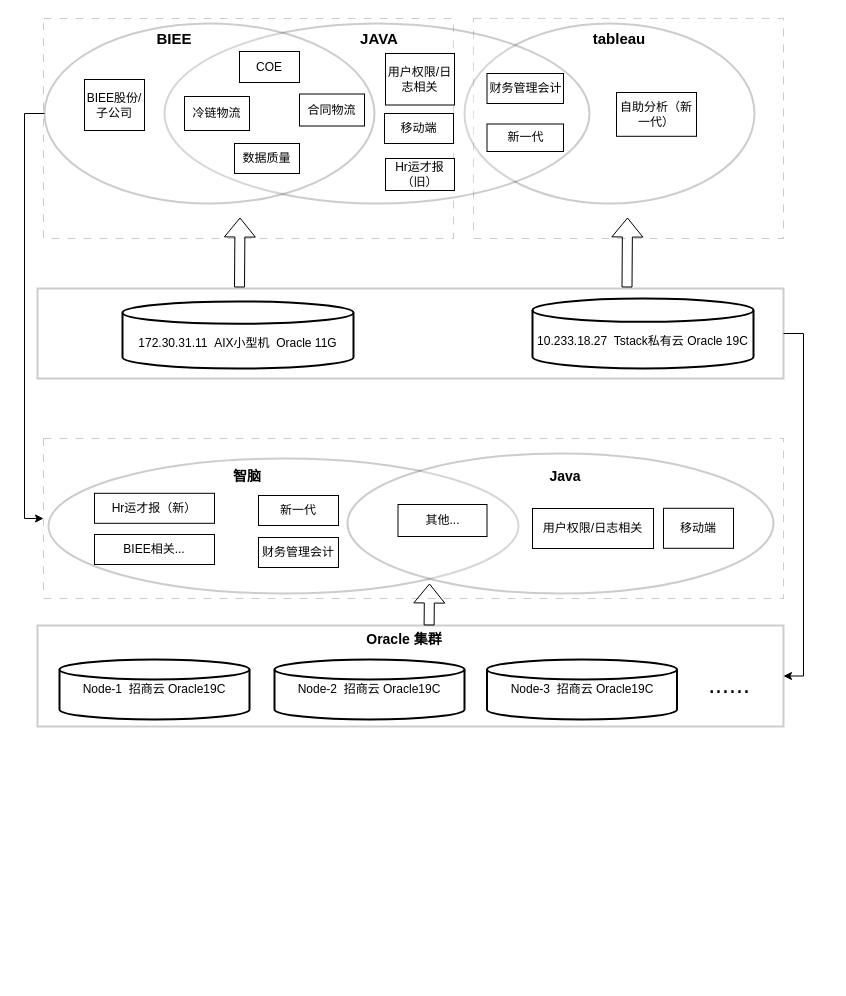
Before: Untitled Diagram.drawio in xupu1007/xupu1007, a draw.io diagram. Source tidied: cells renumbered, new cells numbered last; positions are measured from the earlier drawing's top-left corner, leaving out a move shared by most shapes. Both pictures are drawn from the tidied source at 100%, with x=0, y=0 at pixel (37, 18).
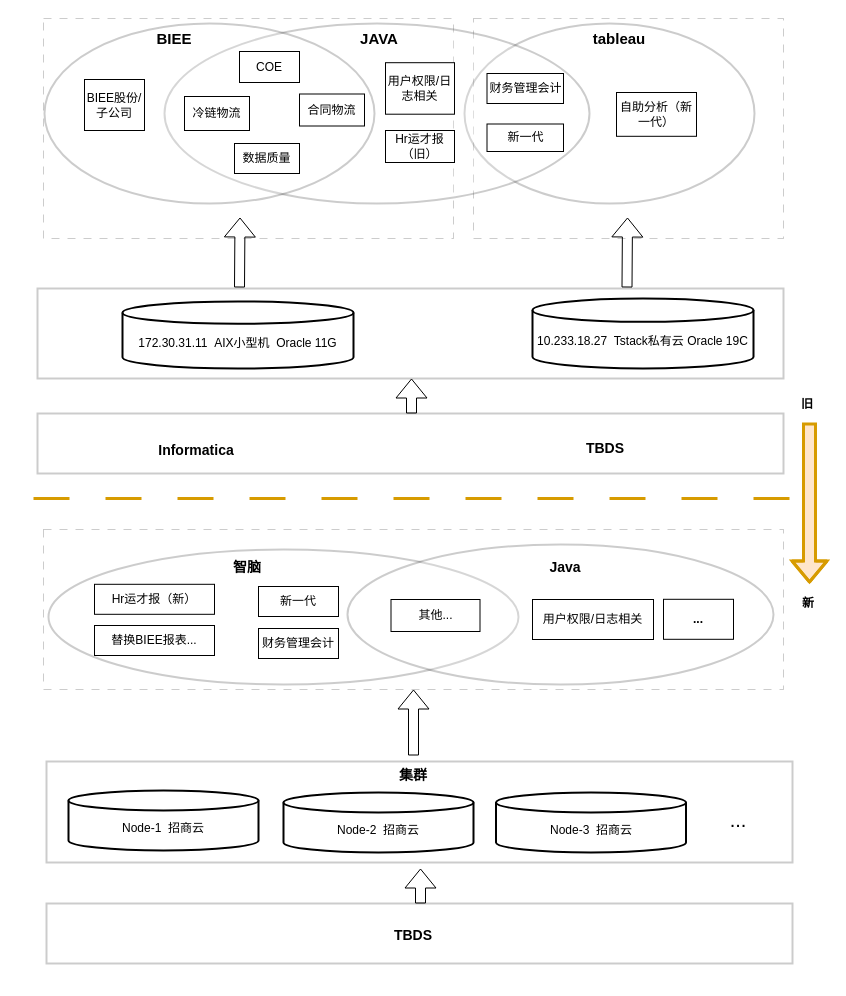
After the change.

The change refers to these unchanged cells:
```xml
<mxCell id="10" style="rounded=0;whiteSpace=wrap;html=1;shadow=0;glass=0;sketch=0;strokeColor=#000000;strokeWidth=2;fontFamily=Helvetica;fontSize=15;opacity=20;" parent="1" vertex="1">
  <mxGeometry y="270" width="746" height="90" as="geometry" />
</mxCell>
<mxCell id="14" style="ellipse;whiteSpace=wrap;html=1;rounded=0;shadow=0;glass=0;sketch=0;strokeColor=#000000;strokeWidth=2;fontFamily=Helvetica;fontSize=10;opacity=20;" parent="1" vertex="1">
  <mxGeometry x="7" y="5" width="330" height="180" as="geometry" />
</mxCell>
```

Diff of the diagram source:
```diff
@@
     <mxCell id="2" style="rounded=0;whiteSpace=wrap;html=1;shadow=0;glass=0;sketch=0;strokeColor=#000000;strokeWidth=1;fontFamily=Helvetica;fontSize=15;opacity=20;dashed=1;dashPattern=8 8;" parent="1" vertex="1">
-      <mxGeometry x="6" y="420" width="740" height="160" as="geometry" />
+      <mxGeometry x="6" y="511" width="740" height="160" as="geometry" />
     </mxCell>
     <mxCell id="3" style="rounded=0;whiteSpace=wrap;html=1;shadow=0;glass=0;sketch=0;strokeColor=default;strokeWidth=2;fontFamily=Helvetica;fontSize=12;opacity=20;shape=ellipse;perimeter=ellipsePerimeter;" parent="1" vertex="1">
-      <mxGeometry x="11" y="440" width="470" height="135" as="geometry" />
+      <mxGeometry x="11" y="531" width="470" height="135" as="geometry" />
     </mxCell>
     <mxCell id="4" value="&lt;h4&gt;&lt;span style=&quot;font-size: 14px;&quot;&gt;智脑&lt;/span&gt;&lt;/h4&gt;" style="text;html=1;strokeColor=none;fillColor=none;align=center;verticalAlign=middle;whiteSpace=wrap;rounded=0;fontSize=25;fontFamily=Helvetica;" parent="1" vertex="1">
-      <mxGeometry x="137" y="438" width="146" height="30" as="geometry" />
+      <mxGeometry x="137" y="529" width="146" height="30" as="geometry" />
     </mxCell>
     <mxCell id="5" style="rounded=0;whiteSpace=wrap;html=1;shadow=0;glass=0;sketch=0;strokeColor=default;strokeWidth=2;fontFamily=Helvetica;fontSize=12;opacity=20;shape=ellipse;perimeter=ellipsePerimeter;" parent="1" vertex="1">
-      <mxGeometry x="310" y="435" width="426" height="140" as="geometry" />
+      <mxGeometry x="310" y="526" width="426" height="140" as="geometry" />
     </mxCell>
     <mxCell id="6" style="rounded=0;whiteSpace=wrap;html=1;shadow=0;glass=0;sketch=0;strokeColor=#000000;strokeWidth=2;fontFamily=Helvetica;fontSize=15;opacity=20;" parent="1" vertex="1">
-      <mxGeometry y="607" width="746" height="101" as="geometry" />
+      <mxGeometry x="9" y="743" width="746" height="101" as="geometry" />
     </mxCell>
@@
-    <mxCell id="9" style="edgeStyle=orthogonalEdgeStyle;rounded=0;jettySize=auto;html=1;exitX=1;exitY=0.5;exitDx=0;exitDy=0;entryX=1;entryY=0.5;entryDx=0;entryDy=0;fontFamily=Helvetica;fontSize=14;" parent="1" edge="1" source="10" target="6">
-      <mxGeometry relative="1" as="geometry" />
-    </mxCell>
@@
-    <mxCell id="13" style="edgeStyle=orthogonalEdgeStyle;rounded=0;jettySize=auto;html=1;exitX=0;exitY=0.5;exitDx=0;exitDy=0;entryX=0;entryY=0.5;entryDx=0;entryDy=0;fontFamily=Helvetica;fontSize=14;" parent="1" edge="1" source="14" target="2">
-      <mxGeometry relative="1" as="geometry" />
-    </mxCell>
@@
     <mxCell id="21" value="用户权限/日志相关" style="ellipse;whiteSpace=wrap;html=1;shape=label;perimeter=rectanglePerimeter;rounded=0;" parent="1" vertex="1">
-      <mxGeometry x="348" y="35" width="69" height="51.5" as="geometry" />
+      <mxGeometry x="348" y="44.2" width="69" height="51.5" as="geometry" />
     </mxCell>
@@
-    <mxCell id="31" value="Node-1&amp;nbsp; 招商云 Oracle19C" style="strokeWidth=2;html=1;shape=mxgraph.flowchart.database;whiteSpace=wrap;" parent="1" vertex="1">
-      <mxGeometry x="22" y="641" width="190" height="60" as="geometry" />
+    <mxCell id="31" value="&lt;br&gt;Node-1&amp;nbsp; 招商云" style="strokeWidth=2;html=1;shape=mxgraph.flowchart.database;whiteSpace=wrap;" parent="1" vertex="1">
+      <mxGeometry x="31" y="772" width="190" height="60" as="geometry" />
     </mxCell>
-    <mxCell id="32" value="Node-2&amp;nbsp; 招商云 Oracle19C" style="strokeWidth=2;html=1;shape=mxgraph.flowchart.database;whiteSpace=wrap;" parent="1" vertex="1">
-      <mxGeometry x="237" y="641" width="190" height="60" as="geometry" />
+    <mxCell id="32" value="&lt;br&gt;Node-2&amp;nbsp; 招商云" style="strokeWidth=2;html=1;shape=mxgraph.flowchart.database;whiteSpace=wrap;" parent="1" vertex="1">
+      <mxGeometry x="246" y="774" width="190" height="60" as="geometry" />
     </mxCell>
-    <mxCell id="33" value="Node-3&amp;nbsp; 招商云 Oracle19C" style="strokeWidth=2;html=1;shape=mxgraph.flowchart.database;whiteSpace=wrap;" parent="1" vertex="1">
-      <mxGeometry x="449.5" y="641" width="190" height="60" as="geometry" />
+    <mxCell id="33" value="&lt;br&gt;Node-3&amp;nbsp; 招商云" style="strokeWidth=2;html=1;shape=mxgraph.flowchart.database;whiteSpace=wrap;" parent="1" vertex="1">
+      <mxGeometry x="458.5" y="774" width="190" height="60" as="geometry" />
     </mxCell>
-    <mxCell id="34" value="&lt;font style=&quot;font-size: 25px;&quot;&gt;......&lt;/font&gt;" style="text;html=1;strokeColor=none;fillColor=none;align=center;verticalAlign=middle;whiteSpace=wrap;rounded=0;fontSize=15;fontFamily=Helvetica;strokeWidth=1;" parent="1" vertex="1">
-      <mxGeometry x="662" y="650" width="60" height="30" as="geometry" />
+    <mxCell id="34" value="&lt;font style=&quot;font-size: 20px;&quot;&gt;...&lt;/font&gt;" style="text;html=1;strokeColor=none;fillColor=none;align=center;verticalAlign=middle;whiteSpace=wrap;rounded=0;fontSize=15;fontFamily=Helvetica;strokeWidth=1;" parent="1" vertex="1">
+      <mxGeometry x="671" y="786" width="60" height="30" as="geometry" />
     </mxCell>
-    <mxCell id="35" value="&lt;h4&gt;&lt;font style=&quot;font-size: 14px;&quot;&gt;Oracle 集群&lt;/font&gt;&lt;/h4&gt;" style="text;html=1;strokeColor=none;fillColor=none;align=center;verticalAlign=middle;whiteSpace=wrap;rounded=0;fontSize=25;fontFamily=Helvetica;" parent="1" vertex="1">
-      <mxGeometry x="294" y="601" width="146" height="30" as="geometry" />
+    <mxCell id="35" value="&lt;h4&gt;&lt;font style=&quot;font-size: 14px;&quot;&gt;集群&lt;/font&gt;&lt;/h4&gt;" style="text;html=1;strokeColor=none;fillColor=none;align=center;verticalAlign=middle;whiteSpace=wrap;rounded=0;fontSize=25;fontFamily=Helvetica;" parent="1" vertex="1">
+      <mxGeometry x="303" y="737" width="146" height="30" as="geometry" />
     </mxCell>
-    <mxCell id="36" value="移动端" style="ellipse;whiteSpace=wrap;html=1;shape=label;perimeter=rectanglePerimeter;rounded=0;" parent="1" vertex="1">
-      <mxGeometry x="347" y="95" width="69" height="30" as="geometry" />
-    </mxCell>
     <mxCell id="37" value="Hr运才报（旧）" style="ellipse;whiteSpace=wrap;html=1;shape=label;perimeter=rectanglePerimeter;rounded=0;" parent="1" vertex="1">
-      <mxGeometry x="348" y="140" width="69" height="32" as="geometry" />
+      <mxGeometry x="348" y="112" width="69" height="32" as="geometry" />
     </mxCell>
     <mxCell id="38" value="新一代" style="ellipse;whiteSpace=wrap;html=1;shape=label;perimeter=rectanglePerimeter;rounded=0;" parent="1" vertex="1">
-      <mxGeometry x="221" y="477" width="80" height="30" as="geometry" />
+      <mxGeometry x="221" y="568" width="80" height="30" as="geometry" />
     </mxCell>
     <mxCell id="39" value="财务管理会计" style="ellipse;whiteSpace=wrap;html=1;shape=label;perimeter=rectanglePerimeter;rounded=0;" parent="1" vertex="1">
-      <mxGeometry x="221" y="519" width="80" height="30" as="geometry" />
+      <mxGeometry x="221" y="610" width="80" height="30" as="geometry" />
     </mxCell>
     <mxCell id="40" value="Hr运才报（新）" style="ellipse;whiteSpace=wrap;html=1;shape=label;perimeter=rectanglePerimeter;rounded=0;" parent="1" vertex="1">
-      <mxGeometry x="57" y="474.8" width="120" height="30" as="geometry" />
+      <mxGeometry x="57" y="565.8" width="120" height="30" as="geometry" />
     </mxCell>
-    <mxCell id="41" style="shape=flexArrow;endArrow=classic;html=1;rounded=0;fontFamily=Helvetica;fontSize=15;" parent="1" edge="1">
-      <mxGeometry relative="1" as="geometry">
-        <mxPoint x="391.6" y="607" as="sourcePoint" />
-        <mxPoint x="392" y="565" as="targetPoint" />
-      </mxGeometry>
+    <mxCell id="41" style="shape=flexArrow;endArrow=classic;html=1;rounded=0;fontFamily=Helvetica;fontSize=15;entryX=0.5;entryY=1;entryDx=0;entryDy=0;" parent="1" edge="1" source="35" target="2">
+      <mxGeometry relative="1" as="geometry" />
     </mxCell>
     <mxCell id="42" value="&lt;h4&gt;&lt;span style=&quot;font-size: 14px;&quot;&gt;Java&lt;/span&gt;&lt;/h4&gt;" style="text;html=1;strokeColor=none;fillColor=none;align=center;verticalAlign=middle;whiteSpace=wrap;rounded=0;fontSize=25;fontFamily=Helvetica;" parent="1" vertex="1">
-      <mxGeometry x="455" y="438" width="146" height="30" as="geometry" />
+      <mxGeometry x="455" y="529" width="146" height="30" as="geometry" />
     </mxCell>
     <mxCell id="43" value="用户权限/日志相关" style="ellipse;whiteSpace=wrap;html=1;shape=label;perimeter=rectanglePerimeter;rounded=0;" parent="1" vertex="1">
-      <mxGeometry x="495" y="490" width="121" height="40" as="geometry" />
+      <mxGeometry x="495" y="581" width="121" height="40" as="geometry" />
     </mxCell>
-    <mxCell id="44" value="移动端" style="ellipse;whiteSpace=wrap;html=1;shape=label;perimeter=rectanglePerimeter;rounded=0;" parent="1" vertex="1">
-      <mxGeometry x="626" y="489.8" width="70" height="40" as="geometry" />
+    <mxCell id="44" value="&lt;h4&gt;&lt;font style=&quot;font-size: 12px;&quot;&gt;...&lt;/font&gt;&lt;/h4&gt;" style="ellipse;whiteSpace=wrap;html=1;shape=label;perimeter=rectanglePerimeter;rounded=0;" parent="1" vertex="1">
+      <mxGeometry x="626" y="580.8" width="70" height="40" as="geometry" />
     </mxCell>
-    <mxCell id="45" value="BIEE相关..." style="ellipse;whiteSpace=wrap;html=1;shape=label;perimeter=rectanglePerimeter;rounded=0;" parent="1" vertex="1">
-      <mxGeometry x="57" y="516" width="120" height="30" as="geometry" />
+    <mxCell id="45" value="替换BIEE报表..." style="ellipse;whiteSpace=wrap;html=1;shape=label;perimeter=rectanglePerimeter;rounded=0;" parent="1" vertex="1">
+      <mxGeometry x="57" y="607" width="120" height="30" as="geometry" />
     </mxCell>
     <mxCell id="46" value="其他..." style="ellipse;whiteSpace=wrap;html=1;shape=label;perimeter=rectanglePerimeter;rounded=0;" parent="1" vertex="1">
-      <mxGeometry x="360.5" y="486" width="89" height="32" as="geometry" />
+      <mxGeometry x="353.5" y="581" width="89" height="32" as="geometry" />
     </mxCell>
+    <mxCell id="47" style="rounded=0;whiteSpace=wrap;html=1;shadow=0;glass=0;sketch=0;strokeColor=#000000;strokeWidth=2;fontFamily=Helvetica;fontSize=15;opacity=20;" parent="1" vertex="1">
+      <mxGeometry x="9" y="885" width="746" height="60" as="geometry" />
+    </mxCell>
+    <mxCell id="48" value="&lt;h4&gt;&lt;font style=&quot;font-size: 14px;&quot;&gt;TBDS&lt;/font&gt;&lt;/h4&gt;" style="text;html=1;strokeColor=none;fillColor=none;align=center;verticalAlign=middle;whiteSpace=wrap;rounded=0;fontSize=25;fontFamily=Helvetica;" parent="1" vertex="1">
+      <mxGeometry x="303" y="897" width="146" height="30" as="geometry" />
+    </mxCell>
+    <mxCell id="49" style="shape=flexArrow;endArrow=classic;html=1;rounded=0;fontFamily=Helvetica;fontSize=15;" parent="1" edge="1">
+      <mxGeometry relative="1" as="geometry">
+        <mxPoint x="383" y="885" as="sourcePoint" />
+        <mxPoint x="383" y="850" as="targetPoint" />
+      </mxGeometry>
+    </mxCell>
+    <mxCell id="50" style="rounded=0;whiteSpace=wrap;html=1;shadow=0;glass=0;sketch=0;strokeColor=#000000;strokeWidth=2;fontFamily=Helvetica;fontSize=15;opacity=20;" parent="1" vertex="1">
+      <mxGeometry y="395" width="746" height="60" as="geometry" />
+    </mxCell>
+    <mxCell id="51" value="&lt;h4&gt;&lt;font style=&quot;font-size: 14px;&quot;&gt;TBDS&lt;/font&gt;&lt;/h4&gt;" style="text;html=1;strokeColor=none;fillColor=none;align=center;verticalAlign=middle;whiteSpace=wrap;rounded=0;fontSize=25;fontFamily=Helvetica;" parent="1" vertex="1">
+      <mxGeometry x="495" y="410" width="146" height="30" as="geometry" />
+    </mxCell>
+    <mxCell id="52" style="shape=flexArrow;endArrow=classic;html=1;rounded=0;fontFamily=Helvetica;fontSize=15;" parent="1" edge="1">
+      <mxGeometry relative="1" as="geometry">
+        <mxPoint x="374" y="395" as="sourcePoint" />
+        <mxPoint x="374" y="360" as="targetPoint" />
+      </mxGeometry>
+    </mxCell>
+    <mxCell id="53" value="&lt;h4&gt;&lt;font style=&quot;font-size: 14px;&quot;&gt;Informatica&lt;/font&gt;&lt;/h4&gt;" style="text;html=1;strokeColor=none;fillColor=none;align=center;verticalAlign=middle;whiteSpace=wrap;rounded=0;fontSize=25;fontFamily=Helvetica;" parent="1" vertex="1">
+      <mxGeometry x="86" y="412" width="146" height="30" as="geometry" />
+    </mxCell>
+    <mxCell id="54" style="endArrow=none;html=1;rounded=0;fontFamily=Helvetica;fontSize=12;dashed=1;dashPattern=12 12;fillColor=#ffe6cc;strokeColor=#d79b00;strokeWidth=3;" parent="1" edge="1">
+      <mxGeometry relative="1" as="geometry">
+        <mxPoint x="-4" y="480" as="sourcePoint" />
+        <mxPoint x="766" y="480" as="targetPoint" />
+      </mxGeometry>
+    </mxCell>
+    <mxCell id="55" style="shape=flexArrow;endArrow=classic;html=1;rounded=0;strokeWidth=3;fontFamily=Helvetica;fontSize=12;fillColor=#ffe6cc;strokeColor=#d79b00;shadow=0;labelBorderColor=none;entryX=0.5;entryY=0;entryDx=0;entryDy=0;" parent="1" edge="1">
+      <mxGeometry relative="1" as="geometry">
+        <mxPoint x="772" y="404" as="sourcePoint" />
+        <mxPoint x="772" y="565" as="targetPoint" />
+        <Array as="points">
+          <mxPoint x="772" y="445" />
+        </Array>
+      </mxGeometry>
+    </mxCell>
+    <mxCell id="56" value="&lt;h4&gt;旧&lt;/h4&gt;" style="text;html=1;strokeColor=none;fillColor=none;align=center;verticalAlign=middle;whiteSpace=wrap;rounded=0;fontSize=12;fontFamily=Helvetica;" parent="1" vertex="1">
+      <mxGeometry x="757" y="370" width="26" height="32" as="geometry" />
+    </mxCell>
+    <mxCell id="57" value="&lt;h4&gt;新&lt;/h4&gt;" style="text;html=1;strokeColor=none;fillColor=none;align=center;verticalAlign=middle;whiteSpace=wrap;rounded=0;fontSize=12;fontFamily=Helvetica;" parent="1" vertex="1">
+      <mxGeometry x="756" y="569" width="30" height="32" as="geometry" />
+    </mxCell>
```
